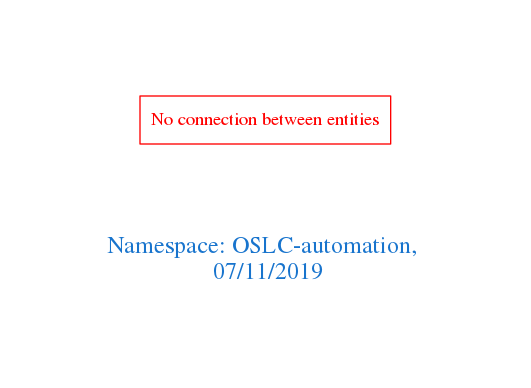
Earlier version of the Graphviz export downloads/OSLC-automation.png (arago/OGIT). Its source is kept beside it as downloads/OSLC-automation.dot.
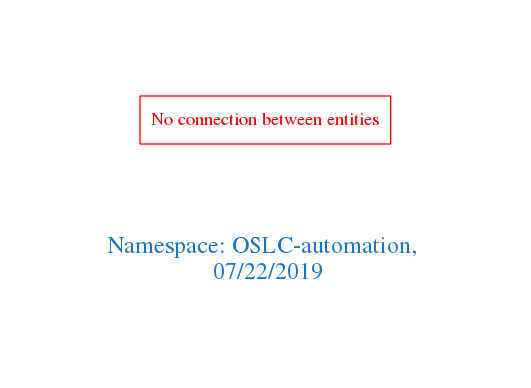
Later version of the same file.

Diff of the diagram source:
```diff
@@ -1,7 +1,7 @@
 digraph OGIT_ontology {
  graph [ rankdir= LR,pad=1
 fontsize = 18,
-fontcolor= dodgerblue3,label = "\n\n\nNamespace: OSLC-automation, \n 07/11/2019"];
+fontcolor= dodgerblue3,label = "\n\n\nNamespace: OSLC-automation, \n 07/22/2019"];
 node[shape=polygon];
 edge [  color="gray81"];
 
```
